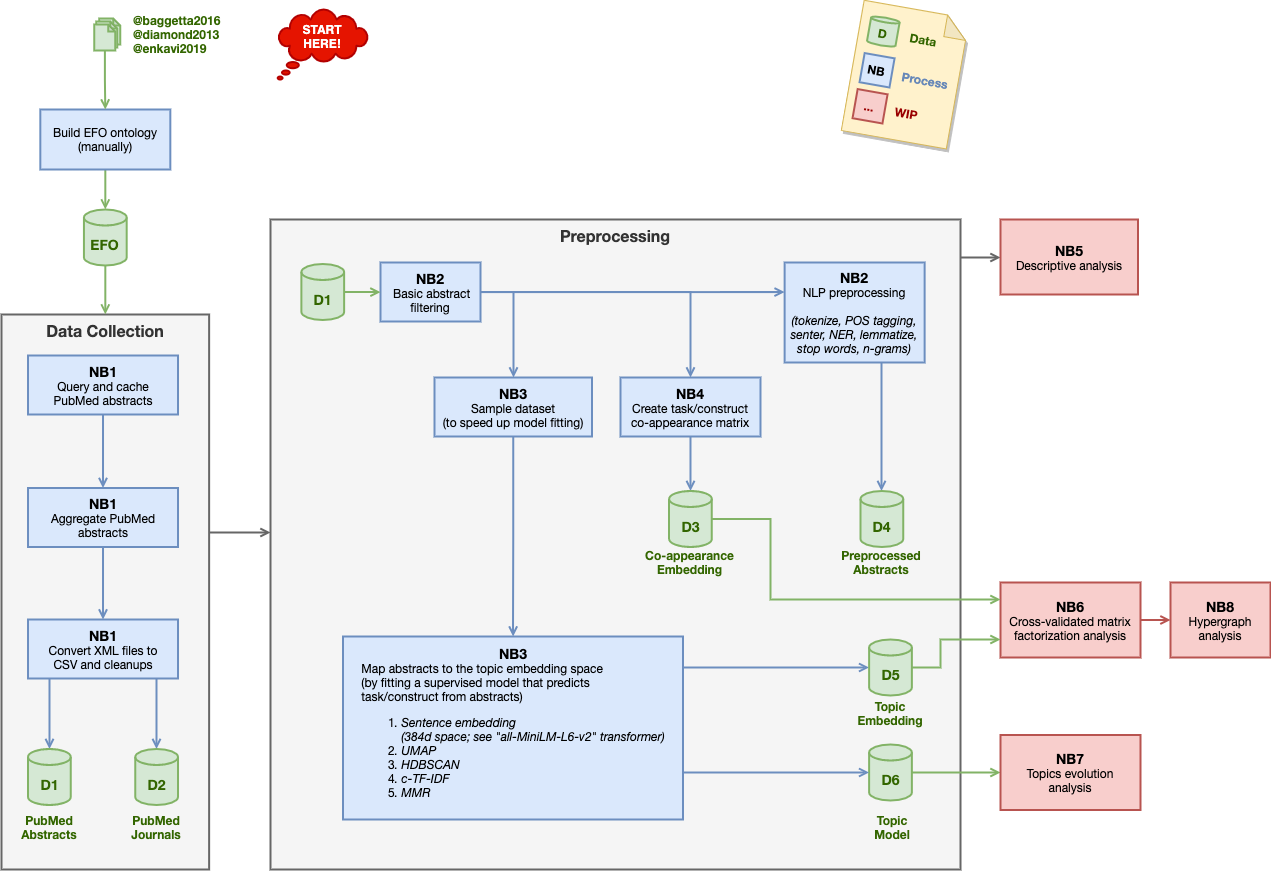
morteza/CogText keeps this draw.io diagram as docs/pipeline.drawio.png. Above is the earlier version. Source tidied: cells renumbered, new cells last; positions are measured from the earlier drawing's top-left corner, leaving out a move shared by most shapes.
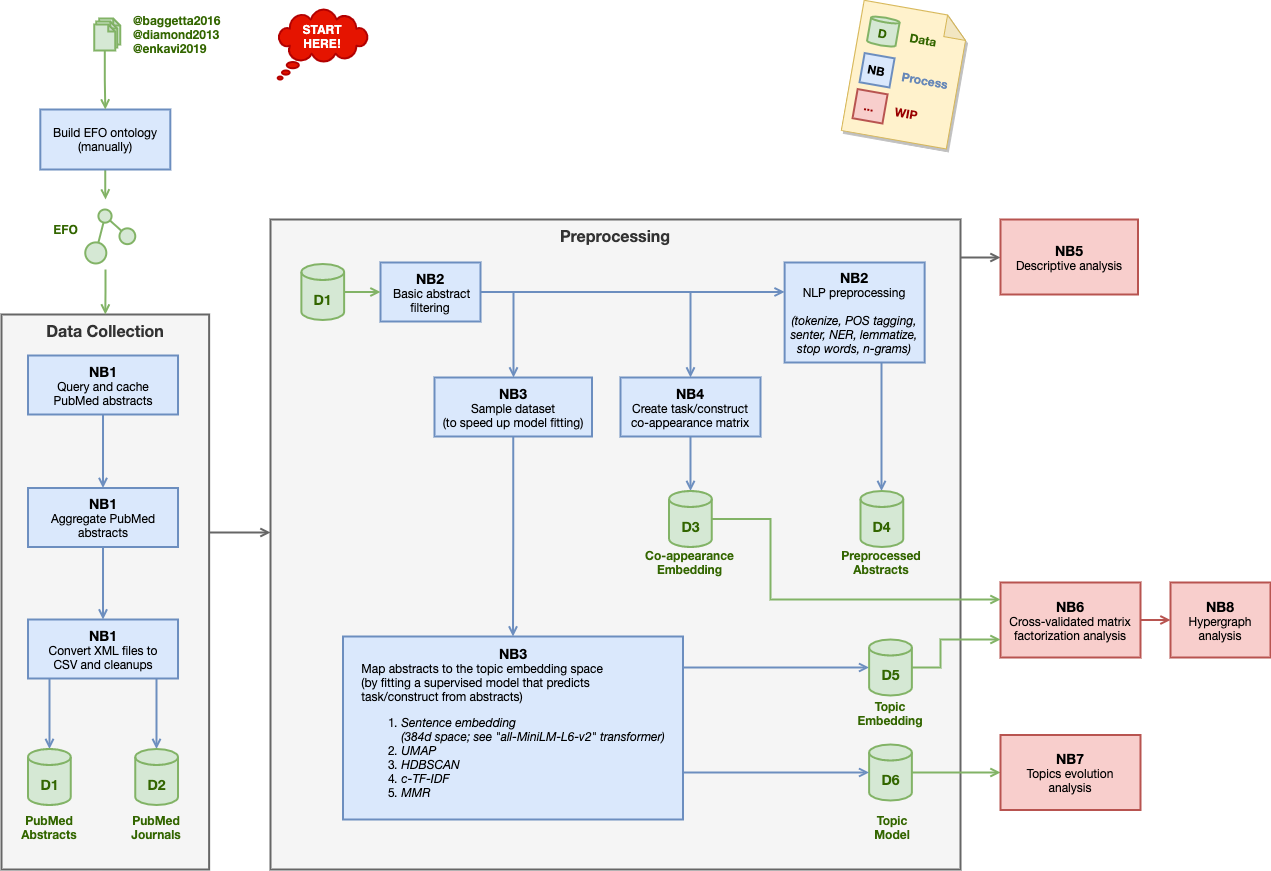
After the commit.

Commit message:
fit topics on 20% of abstracts and transform the rest

The edit, as a diff of the source:
```diff
@@ -24,8 +24,10 @@
     <mxCell id="5" value="Data Collection" style="rounded=0;whiteSpace=wrap;html=1;align=center;verticalAlign=top;fillColor=#f5f5f5;fontStyle=1;fontSize=16;strokeWidth=2;strokeColor=#666666;fontColor=#333333;fontFamily=Helvetica Neue;" parent="1" vertex="1">
       <mxGeometry y="306" width="207.6" height="555" as="geometry" />
     </mxCell>
-    <mxCell id="6" style="edgeStyle=orthogonalEdgeStyle;rounded=0;jettySize=auto;html=1;endArrow=open;endFill=0;strokeWidth=2;fillColor=#d5e8d4;strokeColor=#82b366;fontFamily=Helvetica Neue;" parent="1" edge="1" source="7" target="63">
-      <mxGeometry relative="1" as="geometry" />
+    <mxCell id="6" style="edgeStyle=orthogonalEdgeStyle;rounded=0;jettySize=auto;html=1;endArrow=open;endFill=0;strokeWidth=2;fillColor=#d5e8d4;strokeColor=#82b366;fontFamily=Helvetica Neue;" parent="1" edge="1" source="7">
+      <mxGeometry relative="1" as="geometry">
+        <mxPoint x="104" y="191" as="targetPoint" />
+      </mxGeometry>
     </mxCell>
     <mxCell id="7" value="Build EFO ontology (manually)" style="whiteSpace=wrap;html=1;shadow=0;fillColor=#dae8fc;strokeColor=#6c8ebf;sketch=0;glass=0;strokeWidth=2;fontStyle=0;fontFamily=Helvetica Neue;" parent="1" vertex="1">
       <mxGeometry x="38.8" y="101" width="130" height="60" as="geometry" />
@@ -235,12 +237,11 @@
     <mxCell id="61" style="edgeStyle=orthogonalEdgeStyle;rounded=0;jettySize=auto;html=1;fontSize=12;endArrow=open;startSize=6;endSize=6;sourcePerimeterSpacing=0;strokeWidth=2;fillColor=#d5e8d4;strokeColor=#82b366;endFill=0;fontFamily=Helvetica Neue;" parent="1" edge="1" source="56" target="60">
       <mxGeometry relative="1" as="geometry" />
     </mxCell>
-    <mxCell id="62" style="edgeStyle=orthogonalEdgeStyle;rounded=0;jettySize=auto;html=1;fontSize=12;endArrow=open;endFill=0;startSize=6;endSize=6;sourcePerimeterSpacing=0;targetPerimeterSpacing=0;strokeWidth=2;fillColor=#d5e8d4;strokeColor=#82b366;fontFamily=Helvetica Neue;" parent="1" edge="1" source="63" target="5">
-      <mxGeometry relative="1" as="geometry" />
+    <mxCell id="62" style="edgeStyle=orthogonalEdgeStyle;rounded=0;jettySize=auto;html=1;fontSize=12;endArrow=open;endFill=0;startSize=6;endSize=6;sourcePerimeterSpacing=0;targetPerimeterSpacing=0;strokeWidth=2;fillColor=#d5e8d4;strokeColor=#82b366;fontFamily=Helvetica Neue;" parent="1" edge="1" target="5">
+      <mxGeometry relative="1" as="geometry">
+        <mxPoint x="104" y="261" as="sourcePoint" />
+      </mxGeometry>
     </mxCell>
-    <mxCell id="63" value="EFO" style="shape=cylinder3;whiteSpace=wrap;html=1;boundedLbl=1;backgroundOutline=1;size=8;shadow=0;glass=0;sketch=0;strokeColor=#82b366;fontStyle=1;fillColor=#d5e8d4;fontColor=#336600;fontSize=14;strokeWidth=2;fontFamily=Helvetica Neue;" parent="1" vertex="1">
-      <mxGeometry x="82.4" y="201" width="42.8" height="56" as="geometry" />
-    </mxCell>
     <mxCell id="64" value="START&lt;br&gt;HERE!" style="whiteSpace=wrap;html=1;shape=mxgraph.basic.cloud_callout;hachureGap=4;verticalAlign=middle;spacingBottom=16;fontStyle=1;strokeWidth=2;fillColor=#e51400;strokeColor=#B20000;fontColor=#ffffff;flipH=0;" parent="1" vertex="1">
       <mxGeometry x="276.2" y="1" width="90" height="70" as="geometry" />
     </mxCell>
@@ -255,5 +256,26 @@
     <mxCell id="66" value="D5" style="shape=cylinder3;whiteSpace=wrap;html=1;boundedLbl=1;backgroundOutline=1;size=8;shadow=0;glass=0;sketch=0;strokeColor=#82b366;fontStyle=1;fillColor=#d5e8d4;fontColor=#336600;fontSize=14;strokeWidth=2;fontFamily=Helvetica Neue;" parent="1" vertex="1">
       <mxGeometry x="867.6" y="631" width="42.8" height="56" as="geometry" />
     </mxCell>
+    <mxCell id="67" style="group;strokeWidth=4;strokeColor=none;fillColor=none;fontColor=#333333;" parent="1" vertex="1">
+      <mxGeometry x="83.8" y="201" width="50" height="65" as="geometry" />
+    </mxCell>
+    <mxCell id="68" style="ellipse;whiteSpace=wrap;html=1;strokeWidth=2;strokeColor=#82b366;fillColor=#d5e8d4;" parent="67" vertex="1">
+      <mxGeometry y="32.9" width="21.1" height="21.1" as="geometry" />
+    </mxCell>
+    <mxCell id="69" style="rounded=0;jettySize=auto;html=1;strokeWidth=2;endArrow=none;endFill=0;strokeColor=#82b366;fillColor=#d5e8d4;" parent="67" edge="1" source="70" target="68">
+      <mxGeometry relative="1" as="geometry" />
+    </mxCell>
+    <mxCell id="70" style="ellipse;whiteSpace=wrap;html=1;strokeWidth=2;strokeColor=#82b366;fillColor=#d5e8d4;" parent="67" vertex="1">
+      <mxGeometry x="13.2" width="13.2" height="13.2" as="geometry" />
+    </mxCell>
+    <mxCell id="71" style="ellipse;whiteSpace=wrap;html=1;strokeWidth=2;strokeColor=#82b366;fillColor=#d5e8d4;" parent="67" vertex="1">
+      <mxGeometry x="34.2" y="18.9" width="15.8" height="15.8" as="geometry" />
+    </mxCell>
+    <mxCell id="72" style="edgeStyle=none;rounded=0;jettySize=auto;html=1;strokeWidth=2;endArrow=none;endFill=0;strokeColor=#82b366;fillColor=#d5e8d4;" parent="67" edge="1" source="70" target="71">
+      <mxGeometry relative="1" as="geometry" />
+    </mxCell>
+    <mxCell id="63" value="EFO" style="text;html=1;align=center;verticalAlign=middle;points=[];strokeColor=none;fillColor=none;fontStyle=1;fontColor=#336600;strokeWidth=2;" parent="1" vertex="1">
+      <mxGeometry x="43.8" y="211" width="40" height="20" as="geometry" />
+    </mxCell>
   </root>
 </mxGraphModel>
```
